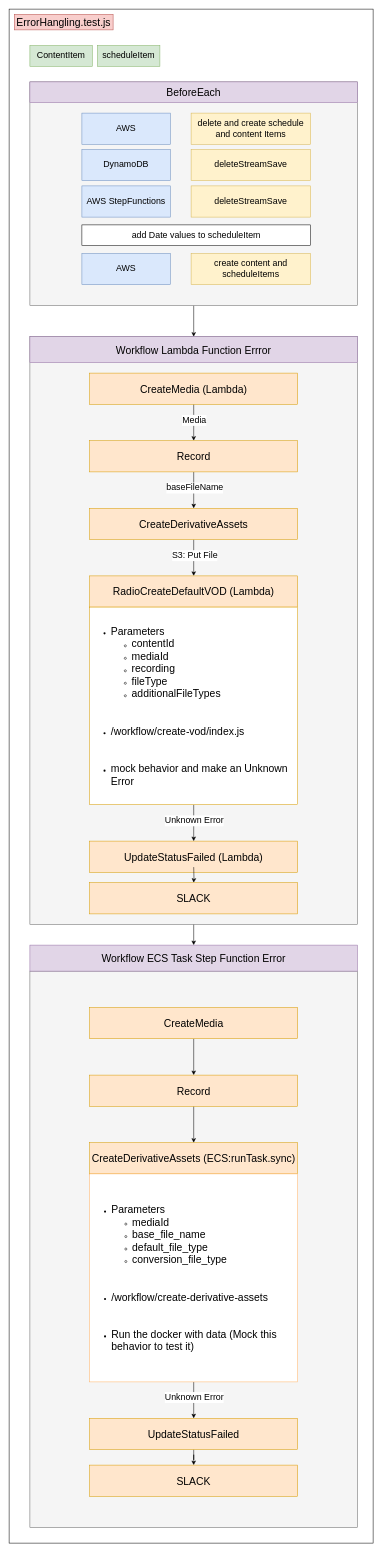
Before: test_design/AWS_test.drawio in brightlightkim/Coding_Design, a draw.io diagram. Source tidied: cells renumbered, new cells numbered last; positions are measured from the earlier drawing's top-left corner, leaving out a move shared by most shapes. Both pictures are drawn from the tidied source at 52%, with x=0, y=0 at pixel (9, 9).
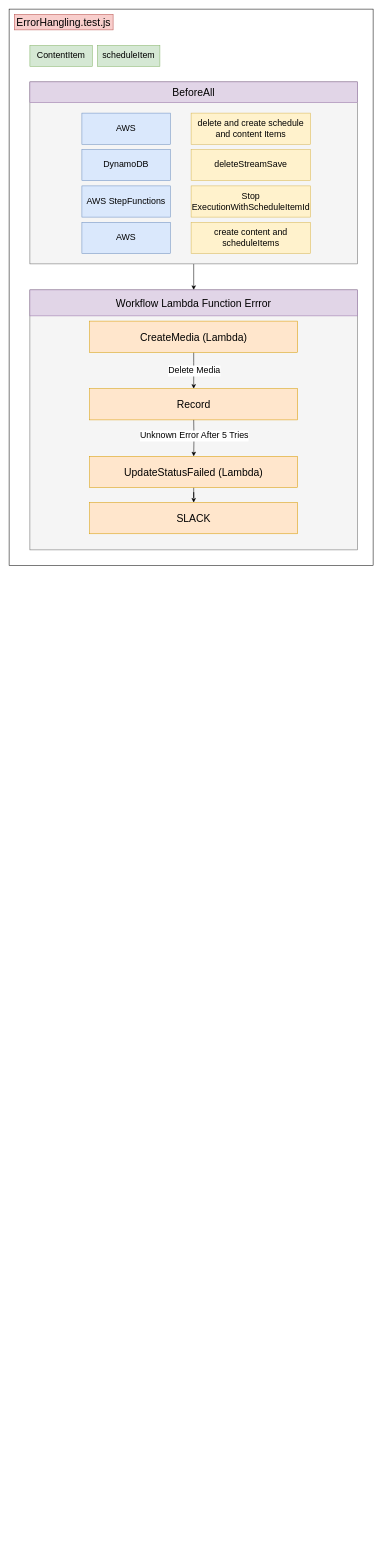
After the change.

Diff of the diagram source:
```diff
@@
     <mxCell id="2" style="rounded=0;whiteSpace=wrap;html=1;" parent="1" vertex="1">
-      <mxGeometry width="700" height="2950" as="geometry" />
+      <mxGeometry width="700" height="1070" as="geometry" />
     </mxCell>
-    <mxCell id="3" style="edgeStyle=orthogonalEdgeStyle;rounded=0;jettySize=auto;html=1;exitX=0.5;exitY=1;exitDx=0;exitDy=0;fontSize=17;" parent="1" edge="1" source="4" target="37">
-      <mxGeometry relative="1" as="geometry" />
-    </mxCell>
     <mxCell id="4" style="rounded=0;whiteSpace=wrap;html=1;fillColor=#f5f5f5;fontColor=#333333;strokeColor=#666666;" parent="1" vertex="1">
-      <mxGeometry x="40" y="630" width="630" height="1130" as="geometry" />
+      <mxGeometry x="40" y="540" width="630" height="500" as="geometry" />
     </mxCell>
@@
     <mxCell id="6" style="rounded=0;whiteSpace=wrap;html=1;fillColor=#f5f5f5;fontColor=#333333;strokeColor=#666666;" parent="1" vertex="1">
-      <mxGeometry x="40" y="140" width="630" height="430" as="geometry" />
+      <mxGeometry x="40" y="140" width="630" height="350" as="geometry" />
     </mxCell>
     <mxCell id="7" style="edgeStyle=orthogonalEdgeStyle;rounded=0;jettySize=auto;html=1;fontSize=17;" parent="1" edge="1" source="8" target="27">
       <mxGeometry relative="1" as="geometry">
         <Array as="points">
-          <mxPoint x="355" y="780" />
-          <mxPoint x="355" y="780" />
+          <mxPoint x="355" y="680" />
+          <mxPoint x="355" y="680" />
         </Array>
       </mxGeometry>
     </mxCell>
     <mxCell id="8" value="&lt;font style=&quot;font-size: 20px&quot;&gt;CreateMedia (Lambda)&lt;/font&gt;" style="rounded=0;whiteSpace=wrap;html=1;fillColor=#ffe6cc;strokeColor=#d79b00;" parent="1" vertex="1">
-      <mxGeometry x="155" y="700" width="400" height="60" as="geometry" />
+      <mxGeometry x="155" y="600" width="400" height="60" as="geometry" />
     </mxCell>
-    <mxCell id="9" value="BeforeEach" style="rounded=0;whiteSpace=wrap;html=1;fontSize=20;fillColor=#e1d5e7;strokeColor=#9673a6;" parent="1" vertex="1">
+    <mxCell id="9" value="BeforeAll" style="rounded=0;whiteSpace=wrap;html=1;fontSize=20;fillColor=#e1d5e7;strokeColor=#9673a6;" parent="1" vertex="1">
       <mxGeometry x="40" y="140" width="630" height="40" as="geometry" />
     </mxCell>
@@
-    <mxCell id="17" value="deleteStreamSave" style="rounded=0;whiteSpace=wrap;html=1;fontSize=17;fillColor=#fff2cc;strokeColor=#d6b656;" parent="1" vertex="1">
+    <mxCell id="17" value="Stop ExecutionWithScheduleItemId" style="rounded=0;whiteSpace=wrap;html=1;fontSize=17;fillColor=#fff2cc;strokeColor=#d6b656;" parent="1" vertex="1">
       <mxGeometry x="350" y="340" width="230" height="60" as="geometry" />
     </mxCell>
@@
-    <mxCell id="19" value="add Date values to scheduleItem" style="rounded=0;whiteSpace=wrap;html=1;fontSize=17;" parent="1" vertex="1">
-      <mxGeometry x="140" y="415" width="440" height="40" as="geometry" />
-    </mxCell>
     <mxCell id="20" value="Workflow Lambda Function Errror" style="rounded=0;whiteSpace=wrap;html=1;fontSize=20;fillColor=#e1d5e7;strokeColor=#9673a6;" parent="1" vertex="1">
-      <mxGeometry x="40" y="630" width="630" height="50" as="geometry" />
+      <mxGeometry x="40" y="540" width="630" height="50" as="geometry" />
     </mxCell>
     <mxCell id="21" value="AWS" style="rounded=0;whiteSpace=wrap;html=1;fontSize=17;fillColor=#dae8fc;strokeColor=#6c8ebf;" parent="1" vertex="1">
-      <mxGeometry x="140" y="470" width="170" height="60" as="geometry" />
+      <mxGeometry x="140" y="410" width="170" height="60" as="geometry" />
     </mxCell>
     <mxCell id="22" value="create content and scheduleItems" style="rounded=0;whiteSpace=wrap;html=1;fontSize=17;fillColor=#fff2cc;strokeColor=#d6b656;" parent="1" vertex="1">
-      <mxGeometry x="350" y="470" width="230" height="60" as="geometry" />
+      <mxGeometry x="350" y="410" width="230" height="60" as="geometry" />
     </mxCell>
-    <mxCell id="23" style="edgeStyle=orthogonalEdgeStyle;rounded=0;jettySize=auto;html=1;fontSize=17;" parent="1" edge="1" source="24" target="25">
-      <mxGeometry relative="1" as="geometry" />
-    </mxCell>
-    <mxCell id="24" value="&lt;font style=&quot;font-size: 20px&quot;&gt;CreateDerivativeAssets&lt;/font&gt;" style="rounded=0;whiteSpace=wrap;html=1;fillColor=#ffe6cc;strokeColor=#d79b00;" parent="1" vertex="1">
-      <mxGeometry x="155" y="960" width="400" height="60" as="geometry" />
-    </mxCell>
-    <mxCell id="25" value="&lt;font style=&quot;font-size: 20px&quot;&gt;RadioCreateDefaultVOD (Lambda)&lt;/font&gt;" style="rounded=0;whiteSpace=wrap;html=1;fillColor=#ffe6cc;strokeColor=#d79b00;" parent="1" vertex="1">
-      <mxGeometry x="155" y="1090" width="400" height="60" as="geometry" />
-    </mxCell>
-    <mxCell id="26" style="edgeStyle=orthogonalEdgeStyle;rounded=0;jettySize=auto;html=1;fontSize=17;" parent="1" edge="1" source="27" target="24">
-      <mxGeometry relative="1" as="geometry" />
-    </mxCell>
     <mxCell id="27" value="&lt;font style=&quot;font-size: 20px&quot;&gt;Record&lt;/font&gt;" style="rounded=0;whiteSpace=wrap;html=1;fillColor=#ffe6cc;strokeColor=#d79b00;" parent="1" vertex="1">
-      <mxGeometry x="155" y="830" width="400" height="60" as="geometry" />
+      <mxGeometry x="155" y="730" width="400" height="60" as="geometry" />
     </mxCell>
+    <mxCell id="50" style="edgeStyle=orthogonalEdgeStyle;rounded=0;jettySize=auto;html=1;" parent="1" edge="1" source="28" target="49">
+      <mxGeometry relative="1" as="geometry" />
+    </mxCell>
     <mxCell id="28" value="&lt;font style=&quot;font-size: 20px&quot;&gt;UpdateStatusFailed (Lambda)&lt;/font&gt;" style="rounded=0;whiteSpace=wrap;html=1;fillColor=#ffe6cc;strokeColor=#d79b00;" parent="1" vertex="1">
-      <mxGeometry x="155" y="1600" width="400" height="60" as="geometry" />
+      <mxGeometry x="155" y="860" width="400" height="60" as="geometry" />
     </mxCell>
-    <mxCell id="29" style="rounded=0;whiteSpace=wrap;html=1;fillColor=#f5f5f5;fontColor=#333333;strokeColor=#666666;" parent="1" vertex="1">
-      <mxGeometry x="40" y="1850" width="630" height="1070" as="geometry" />
-    </mxCell>
-    <mxCell id="30" style="edgeStyle=orthogonalEdgeStyle;rounded=0;jettySize=auto;html=1;fontSize=17;" parent="1" edge="1" source="31" target="34">
-      <mxGeometry relative="1" as="geometry" />
-    </mxCell>
-    <mxCell id="31" value="&lt;font style=&quot;font-size: 20px&quot;&gt;CreateMedia&lt;/font&gt;" style="rounded=0;whiteSpace=wrap;html=1;fillColor=#ffe6cc;strokeColor=#d79b00;" parent="1" vertex="1">
-      <mxGeometry x="155" y="1920" width="400" height="60" as="geometry" />
-    </mxCell>
-    <mxCell id="32" value="&lt;font style=&quot;font-size: 20px&quot;&gt;CreateDerivativeAssets (ECS:runTask.sync)&lt;/font&gt;" style="rounded=0;whiteSpace=wrap;html=1;fillColor=#ffe6cc;strokeColor=#d79b00;" parent="1" vertex="1">
-      <mxGeometry x="155" y="2180" width="400" height="60" as="geometry" />
-    </mxCell>
-    <mxCell id="33" style="edgeStyle=orthogonalEdgeStyle;rounded=0;jettySize=auto;html=1;fontSize=17;" parent="1" edge="1" source="34" target="32">
-      <mxGeometry relative="1" as="geometry" />
-    </mxCell>
-    <mxCell id="34" value="&lt;font style=&quot;font-size: 20px&quot;&gt;Record&lt;/font&gt;" style="rounded=0;whiteSpace=wrap;html=1;fillColor=#ffe6cc;strokeColor=#d79b00;" parent="1" vertex="1">
-      <mxGeometry x="155" y="2050" width="400" height="60" as="geometry" />
-    </mxCell>
-    <mxCell id="35" style="edgeStyle=orthogonalEdgeStyle;rounded=0;jettySize=auto;html=1;fontSize=17;" parent="1" edge="1" source="36" target="41">
-      <mxGeometry relative="1" as="geometry" />
-    </mxCell>
-    <mxCell id="36" value="&lt;font style=&quot;font-size: 20px&quot;&gt;UpdateStatusFailed&lt;/font&gt;" style="rounded=0;whiteSpace=wrap;html=1;fillColor=#ffe6cc;strokeColor=#d79b00;" parent="1" vertex="1">
-      <mxGeometry x="155" y="2710" width="400" height="60" as="geometry" />
-    </mxCell>
-    <mxCell id="37" value="Workflow ECS Task Step Function Error" style="rounded=0;whiteSpace=wrap;html=1;fontSize=20;fillColor=#e1d5e7;strokeColor=#9673a6;" parent="1" vertex="1">
-      <mxGeometry x="40" y="1800" width="630" height="50" as="geometry" />
-    </mxCell>
-    <mxCell id="38" style="edgeStyle=orthogonalEdgeStyle;rounded=0;jettySize=auto;html=1;fontSize=17;" parent="1" edge="1" source="40" target="36">
-      <mxGeometry relative="1" as="geometry" />
-    </mxCell>
-    <mxCell id="39" value="Unknown Error" style="edgeLabel;html=1;align=center;verticalAlign=middle;fontSize=17;" parent="38" vertex="1">
-      <mxGeometry x="-0.16" relative="1" as="geometry" />
-    </mxCell>
-    <mxCell id="40" value="&lt;ul&gt;&lt;li&gt;&lt;font style=&quot;font-size: 20px&quot;&gt;Parameters&lt;/font&gt;&lt;/li&gt;&lt;ul&gt;&lt;li&gt;&lt;font style=&quot;font-size: 20px&quot;&gt;mediaId&lt;/font&gt;&lt;/li&gt;&lt;li&gt;&lt;font style=&quot;font-size: 20px&quot;&gt;base_file_name&lt;/font&gt;&lt;/li&gt;&lt;li&gt;&lt;span style=&quot;font-size: 20px&quot;&gt;default_file_type&lt;/span&gt;&lt;/li&gt;&lt;li&gt;&lt;span style=&quot;font-size: 20px&quot;&gt;conversion_file_type&lt;/span&gt;&lt;/li&gt;&lt;/ul&gt;&lt;/ul&gt;&lt;div&gt;&lt;span style=&quot;font-size: 20px&quot;&gt;&lt;br&gt;&lt;/span&gt;&lt;/div&gt;&lt;ul&gt;&lt;li&gt;&lt;span style=&quot;font-size: 20px&quot;&gt;/workflow/create-derivative-assets&lt;/span&gt;&lt;/li&gt;&lt;/ul&gt;&lt;div&gt;&lt;span style=&quot;font-size: 20px&quot;&gt;&lt;br&gt;&lt;/span&gt;&lt;/div&gt;&lt;ul&gt;&lt;li&gt;&lt;span style=&quot;font-size: 20px&quot;&gt;Run the docker with data (Mock this behavior to test it)&lt;/span&gt;&lt;/li&gt;&lt;/ul&gt;" style="rounded=0;whiteSpace=wrap;html=1;strokeColor=#FFB366;align=left;" parent="1" vertex="1">
-      <mxGeometry x="155" y="2240" width="400" height="400" as="geometry" />
-    </mxCell>
-    <mxCell id="41" value="&lt;font style=&quot;font-size: 20px&quot;&gt;SLACK&lt;/font&gt;" style="rounded=0;whiteSpace=wrap;html=1;fillColor=#ffe6cc;strokeColor=#d79b00;" parent="1" vertex="1">
-      <mxGeometry x="155" y="2800" width="400" height="60" as="geometry" />
-    </mxCell>
-    <mxCell id="42" style="edgeStyle=orthogonalEdgeStyle;rounded=0;jettySize=auto;html=1;fontSize=17;" parent="1" edge="1" source="44" target="28">
-      <mxGeometry relative="1" as="geometry" />
+    <mxCell id="42" style="edgeStyle=orthogonalEdgeStyle;rounded=0;jettySize=auto;html=1;fontSize=17;" parent="1" edge="1" target="28">
+      <mxGeometry relative="1" as="geometry">
+        <mxPoint x="355" y="790" as="sourcePoint" />
+      </mxGeometry>
     </mxCell>
-    <mxCell id="43" value="Unknown Error" style="edgeLabel;html=1;align=center;verticalAlign=middle;fontSize=17;" parent="42" vertex="1">
+    <mxCell id="43" value="Unknown Error After 5 Tries" style="edgeLabel;html=1;align=center;verticalAlign=middle;fontSize=17;" parent="42" vertex="1">
       <mxGeometry x="0.38" relative="1" as="geometry">
         <mxPoint y="-18" as="offset" />
       </mxGeometry>
     </mxCell>
-    <mxCell id="44" value="&lt;ul style=&quot;text-align: left&quot;&gt;&lt;li&gt;&lt;font style=&quot;font-size: 20px&quot;&gt;Parameters&lt;/font&gt;&lt;/li&gt;&lt;ul&gt;&lt;li&gt;&lt;font style=&quot;font-size: 20px&quot;&gt;contentId&lt;/font&gt;&lt;/li&gt;&lt;li&gt;&lt;font style=&quot;font-size: 20px&quot;&gt;mediaId&lt;/font&gt;&lt;/li&gt;&lt;li&gt;&lt;span style=&quot;font-size: 20px&quot;&gt;recording&lt;/span&gt;&lt;/li&gt;&lt;li&gt;&lt;span style=&quot;font-size: 20px&quot;&gt;fileType&lt;/span&gt;&lt;/li&gt;&lt;li&gt;&lt;span style=&quot;font-size: 20px&quot;&gt;additionalFileTypes&lt;/span&gt;&lt;/li&gt;&lt;/ul&gt;&lt;/ul&gt;&lt;div style=&quot;text-align: left&quot;&gt;&lt;span style=&quot;font-size: 20px&quot;&gt;&lt;br&gt;&lt;/span&gt;&lt;/div&gt;&lt;ul style=&quot;text-align: left&quot;&gt;&lt;li&gt;&lt;span style=&quot;font-size: 20px&quot;&gt;/workflow/create-vod/index.js&lt;/span&gt;&lt;/li&gt;&lt;/ul&gt;&lt;div style=&quot;text-align: left&quot;&gt;&lt;span style=&quot;font-size: 20px&quot;&gt;&lt;br&gt;&lt;/span&gt;&lt;/div&gt;&lt;ul style=&quot;text-align: left&quot;&gt;&lt;li&gt;&lt;span style=&quot;font-size: 20px&quot;&gt;mock behavior and make an Unknown Error&lt;/span&gt;&lt;/li&gt;&lt;/ul&gt;" style="rounded=0;whiteSpace=wrap;html=1;fillColor=default;strokeColor=#d79b00;" parent="1" vertex="1">
-      <mxGeometry x="155" y="1150" width="400" height="380" as="geometry" />
-    </mxCell>
-    <mxCell id="45" value="Media" style="edgeLabel;html=1;align=center;verticalAlign=middle;fontSize=17;" parent="1" vertex="1">
-      <mxGeometry x="355" y="790" as="geometry" />
+    <mxCell id="45" value="Delete Media" style="edgeLabel;html=1;align=center;verticalAlign=middle;fontSize=17;" parent="1" vertex="1">
+      <mxGeometry x="355" y="690" as="geometry">
+        <mxPoint y="5" as="offset" />
+      </mxGeometry>
     </mxCell>
-    <mxCell id="46" value="baseFileName" style="edgeLabel;html=1;align=center;verticalAlign=middle;fontSize=17;" parent="1" vertex="1">
-      <mxGeometry x="340" y="910" as="geometry">
-        <mxPoint x="16" y="10" as="offset" />
-      </mxGeometry>
-    </mxCell>
-    <mxCell id="47" value="S3: Put File" style="edgeLabel;html=1;align=center;verticalAlign=middle;fontSize=17;" parent="1" vertex="1">
-      <mxGeometry x="340" y="1040" as="geometry">
-        <mxPoint x="16" y="10" as="offset" />
-      </mxGeometry>
-    </mxCell>
-    <mxCell id="48" style="edgeStyle=orthogonalEdgeStyle;rounded=0;jettySize=auto;html=1;fontSize=17;" parent="1" edge="1" target="49">
-      <mxGeometry relative="1" as="geometry">
-        <mxPoint x="355" y="1650" as="sourcePoint" />
-      </mxGeometry>
-    </mxCell>
     <mxCell id="49" value="&lt;font style=&quot;font-size: 20px&quot;&gt;SLACK&lt;/font&gt;" style="rounded=0;whiteSpace=wrap;html=1;fillColor=#ffe6cc;strokeColor=#d79b00;" parent="1" vertex="1">
-      <mxGeometry x="155" y="1680" width="400" height="60" as="geometry" />
+      <mxGeometry x="155" y="949" width="400" height="60" as="geometry" />
     </mxCell>
```
